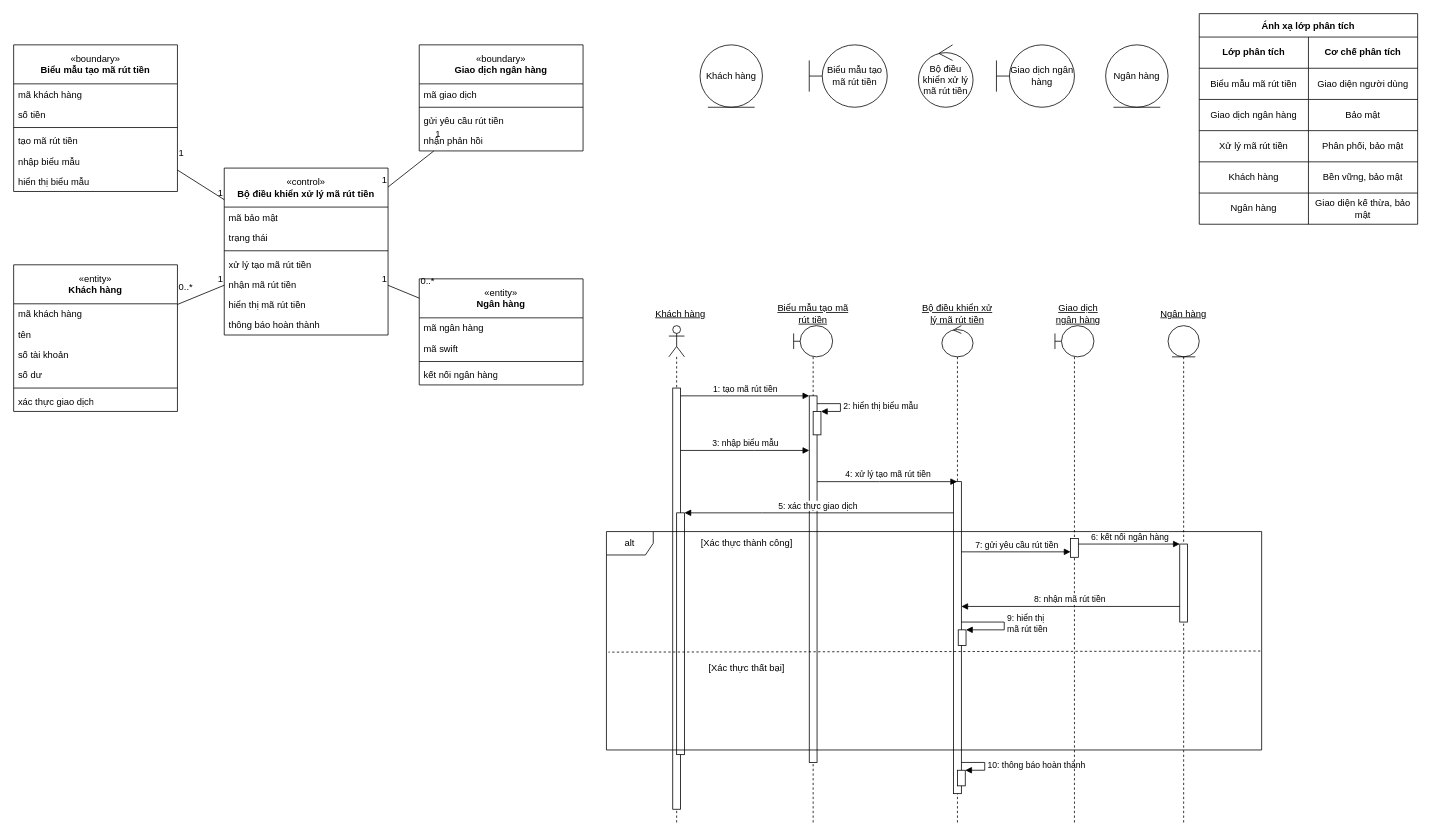
The draw.io diagram page "global" (1 of 3) of uml/BHDG_Usecase_8_0.0.1.drawio in HoangDucBach/bghc, before the edit. Source tidied: cells renumbered, new cells numbered last; positions are measured from the earlier drawing's top-left corner, leaving out a move shared by most shapes. Both pictures are drawn from the tidied source at 78%, with x=0, y=0 at pixel (13, 13).
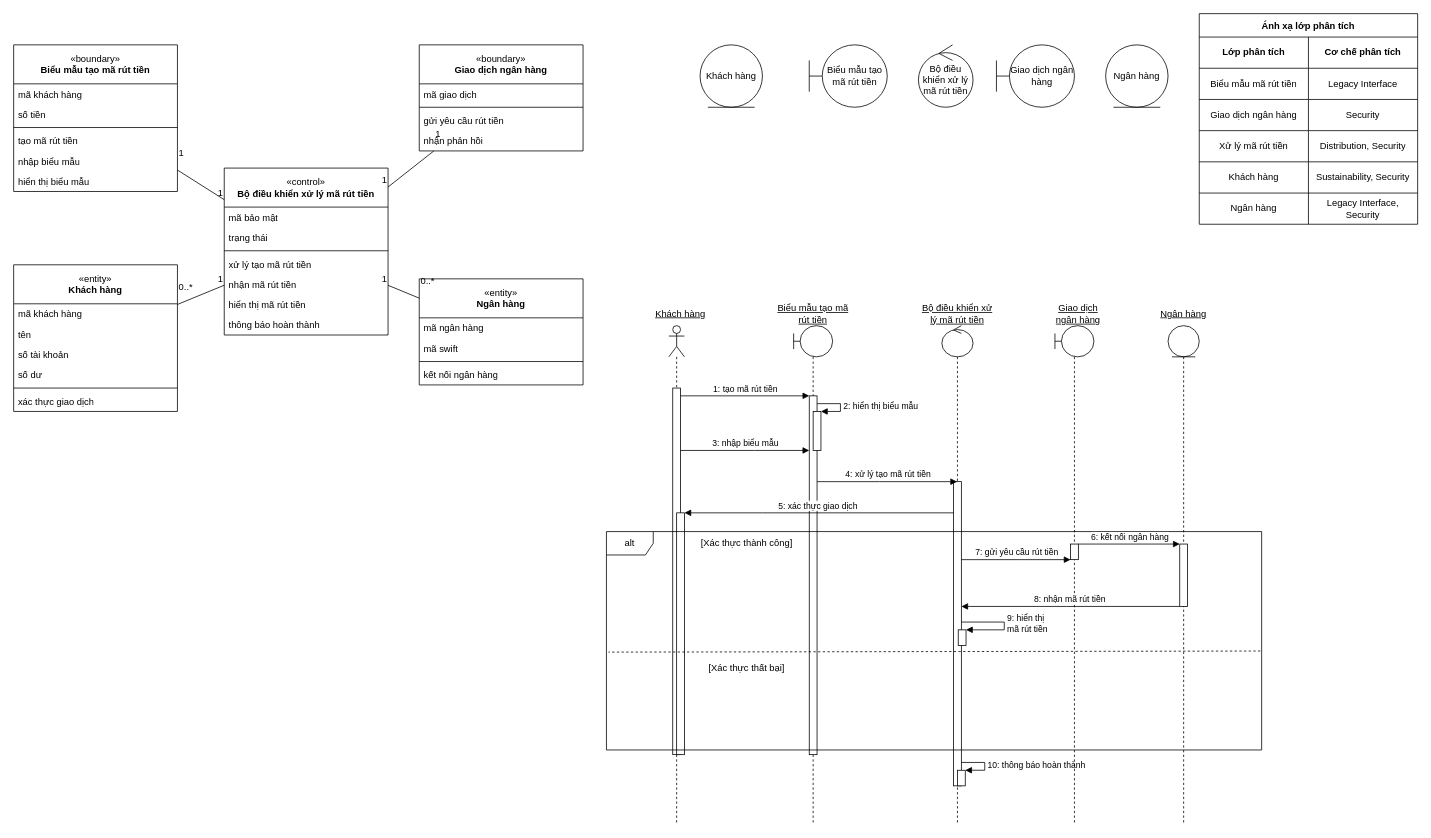
Above is the later version.

The change refers to these unchanged cells:
```xml
<mxCell id="7" style="shape=umlLifeline;perimeter=lifelinePerimeter;whiteSpace=wrap;html=1;newEdgeStyle={&quot;curved&quot;:0,&quot;rounded&quot;:0};participant=umlActor;" parent="1" vertex="1">
  <mxGeometry x="840" y="400" width="20" height="640" as="geometry" />
</mxCell>
<mxCell id="11" style="shape=umlLifeline;perimeter=lifelinePerimeter;whiteSpace=wrap;html=1;newEdgeStyle={&quot;curved&quot;:0,&quot;rounded&quot;:0};participant=umlBoundary;" parent="1" vertex="1">
  <mxGeometry x="1000" y="400" width="50" height="640" as="geometry" />
</mxCell>
<mxCell id="16" style="shape=umlLifeline;perimeter=lifelinePerimeter;whiteSpace=wrap;html=1;outlineConnect=0;portConstraint=eastwest;newEdgeStyle={&quot;curved&quot;:0,&quot;rounded&quot;:0};participant=umlControl;" parent="1" vertex="1">
  <mxGeometry x="1190" y="400" width="40" height="640" as="geometry" />
</mxCell>
<mxCell id="21" style="shape=umlLifeline;perimeter=lifelinePerimeter;whiteSpace=wrap;html=1;newEdgeStyle={&quot;curved&quot;:0,&quot;rounded&quot;:0};participant=umlEntity;" parent="1" vertex="1">
  <mxGeometry x="1480" y="400" width="40" height="640" as="geometry" />
</mxCell>
<mxCell id="24" style="shape=umlLifeline;perimeter=lifelinePerimeter;whiteSpace=wrap;html=1;newEdgeStyle={&quot;curved&quot;:0,&quot;rounded&quot;:0};participant=umlBoundary;" parent="1" vertex="1">
  <mxGeometry x="1335" y="400" width="50" height="640" as="geometry" />
</mxCell>
<mxCell id="38" style="shape=tableRow;horizontal=0;startSize=0;swimlaneHead=0;swimlaneBody=0;strokeColor=inherit;top=0;left=0;bottom=0;right=0;fillColor=none;" parent="34" vertex="1">
  <mxGeometry y="70" width="280" height="40" as="geometry" />
</mxCell>
<mxCell id="41" style="shape=tableRow;horizontal=0;startSize=0;swimlaneHead=0;swimlaneBody=0;strokeColor=inherit;top=0;left=0;bottom=0;right=0;fillColor=none;" parent="34" vertex="1">
  <mxGeometry y="110" width="280" height="40" as="geometry" />
</mxCell>
<mxCell id="44" style="shape=tableRow;horizontal=0;startSize=0;swimlaneHead=0;swimlaneBody=0;strokeColor=inherit;top=0;left=0;bottom=0;right=0;fillColor=none;" parent="34" vertex="1">
  <mxGeometry y="150" width="280" height="40" as="geometry" />
</mxCell>
<mxCell id="47" style="shape=tableRow;horizontal=0;startSize=0;swimlaneHead=0;swimlaneBody=0;strokeColor=inherit;top=0;left=0;bottom=0;right=0;fillColor=none;" parent="34" vertex="1">
  <mxGeometry y="190" width="280" height="40" as="geometry" />
</mxCell>
<mxCell id="50" style="shape=tableRow;horizontal=0;startSize=0;swimlaneHead=0;swimlaneBody=0;strokeColor=inherit;top=0;left=0;bottom=0;right=0;fillColor=none;" parent="34" vertex="1">
  <mxGeometry y="230" width="280" height="40" as="geometry" />
</mxCell>
```

What changed in the source:
```diff
@@
     <mxCell id="8" style="html=1;points=[[0,0,0,0,5],[0,1,0,0,-5],[1,0,0,0,5],[1,1,0,0,-5]];perimeter=orthogonalPerimeter;outlineConnect=0;targetShapes=umlLifeline;portConstraint=eastwest;newEdgeStyle={&quot;curved&quot;:0,&quot;rounded&quot;:0};" parent="7" vertex="1">
-      <mxGeometry x="5" y="80" width="10" height="540" as="geometry" />
+      <mxGeometry x="5" y="80" width="10" height="470" as="geometry" />
     </mxCell>
@@
     <mxCell id="12" style="html=1;points=[[0,0,0,0,5],[0,1,0,0,-5],[1,0,0,0,5],[1,1,0,0,-5]];perimeter=orthogonalPerimeter;outlineConnect=0;targetShapes=umlLifeline;portConstraint=eastwest;newEdgeStyle={&quot;curved&quot;:0,&quot;rounded&quot;:0};" parent="11" vertex="1">
-      <mxGeometry x="20" y="90" width="10" height="470" as="geometry" />
+      <mxGeometry x="20" y="90" width="10" height="460" as="geometry" />
     </mxCell>
     <mxCell id="13" style="html=1;points=[[0,0,0,0,5],[0,1,0,0,-5],[1,0,0,0,5],[1,1,0,0,-5]];perimeter=orthogonalPerimeter;outlineConnect=0;targetShapes=umlLifeline;portConstraint=eastwest;newEdgeStyle={&quot;curved&quot;:0,&quot;rounded&quot;:0};" parent="11" vertex="1">
-      <mxGeometry x="25" y="110" width="10" height="30" as="geometry" />
+      <mxGeometry x="25" y="110" width="10" height="50" as="geometry" />
     </mxCell>
@@
     <mxCell id="17" style="html=1;points=[[0,0,0,0,5],[0,1,0,0,-5],[1,0,0,0,5],[1,1,0,0,-5]];perimeter=orthogonalPerimeter;outlineConnect=0;targetShapes=umlLifeline;portConstraint=eastwest;newEdgeStyle={&quot;curved&quot;:0,&quot;rounded&quot;:0};" parent="16" vertex="1">
-      <mxGeometry x="15" y="200" width="10" height="400" as="geometry" />
+      <mxGeometry x="15" y="200" width="10" height="390" as="geometry" />
     </mxCell>
@@
     <mxCell id="22" style="html=1;points=[[0,0,0,0,5],[0,1,0,0,-5],[1,0,0,0,5],[1,1,0,0,-5]];perimeter=orthogonalPerimeter;outlineConnect=0;targetShapes=umlLifeline;portConstraint=eastwest;newEdgeStyle={&quot;curved&quot;:0,&quot;rounded&quot;:0};" parent="21" vertex="1">
-      <mxGeometry x="15" y="280" width="10" height="100" as="geometry" />
+      <mxGeometry x="15" y="280" width="10" height="80" as="geometry" />
     </mxCell>
@@
     <mxCell id="25" style="html=1;points=[[0,0,0,0,5],[0,1,0,0,-5],[1,0,0,0,5],[1,1,0,0,-5]];perimeter=orthogonalPerimeter;outlineConnect=0;targetShapes=umlLifeline;portConstraint=eastwest;newEdgeStyle={&quot;curved&quot;:0,&quot;rounded&quot;:0};" parent="24" vertex="1">
-      <mxGeometry x="20" y="273" width="10" height="24" as="geometry" />
+      <mxGeometry x="20" y="280" width="10" height="20" as="geometry" />
     </mxCell>
@@
-    <mxCell id="40" value="Giao diện người dùng" style="shape=partialRectangle;html=1;whiteSpace=wrap;strokeColor=inherit;overflow=hidden;fillColor=none;top=0;left=0;bottom=0;right=0;" parent="38" vertex="1">
+    <mxCell id="40" value="Legacy Interface" style="shape=partialRectangle;html=1;whiteSpace=wrap;strokeColor=inherit;overflow=hidden;fillColor=none;top=0;left=0;bottom=0;right=0;" parent="38" vertex="1">
       <mxGeometry x="140" width="140" height="40" as="geometry" />
     </mxCell>
@@
-    <mxCell id="43" value="Bảo mật" style="shape=partialRectangle;html=1;whiteSpace=wrap;strokeColor=inherit;overflow=hidden;fillColor=none;top=0;left=0;bottom=0;right=0;" parent="41" vertex="1">
+    <mxCell id="43" value="Security" style="shape=partialRectangle;html=1;whiteSpace=wrap;strokeColor=inherit;overflow=hidden;fillColor=none;top=0;left=0;bottom=0;right=0;" parent="41" vertex="1">
       <mxGeometry x="140" width="140" height="40" as="geometry" />
     </mxCell>
@@
-    <mxCell id="46" value="Phân phối, bảo mật" style="shape=partialRectangle;html=1;whiteSpace=wrap;strokeColor=inherit;overflow=hidden;fillColor=none;top=0;left=0;bottom=0;right=0;" parent="44" vertex="1">
+    <mxCell id="46" value="Distribution, Security" style="shape=partialRectangle;html=1;whiteSpace=wrap;strokeColor=inherit;overflow=hidden;fillColor=none;top=0;left=0;bottom=0;right=0;" parent="44" vertex="1">
       <mxGeometry x="140" width="140" height="40" as="geometry" />
     </mxCell>
@@
-    <mxCell id="49" value="Bền vững, bảo mật" style="shape=partialRectangle;html=1;whiteSpace=wrap;strokeColor=inherit;overflow=hidden;fillColor=none;top=0;left=0;bottom=0;right=0;" parent="47" vertex="1">
+    <mxCell id="49" value="Sustainability, Security" style="shape=partialRectangle;html=1;whiteSpace=wrap;strokeColor=inherit;overflow=hidden;fillColor=none;top=0;left=0;bottom=0;right=0;" parent="47" vertex="1">
       <mxGeometry x="140" width="140" height="40" as="geometry" />
     </mxCell>
@@
-    <mxCell id="52" value="Giao diện kế thừa, bảo mật" style="shape=partialRectangle;html=1;whiteSpace=wrap;strokeColor=inherit;overflow=hidden;fillColor=none;top=0;left=0;bottom=0;right=0;" parent="50" vertex="1">
+    <mxCell id="52" value="Legacy Interface, Security" style="shape=partialRectangle;html=1;whiteSpace=wrap;strokeColor=inherit;overflow=hidden;fillColor=none;top=0;left=0;bottom=0;right=0;" parent="50" vertex="1">
       <mxGeometry x="140" width="140" height="40" as="geometry" />
     </mxCell>
@@
     <mxCell id="87" value="7: gửi yêu cầu rút tiền" style="html=1;verticalAlign=bottom;endArrow=block;edgeStyle=elbowEdgeStyle;elbow=vertical;curved=0;rounded=0;" parent="1" edge="1" source="17" target="25">
       <mxGeometry x="0.01" relative="1" as="geometry">
         <Array as="points">
-          <mxPoint x="1290" y="690" />
+          <mxPoint x="1290" y="700" />
         </Array>
       </mxGeometry>
     </mxCell>
```
